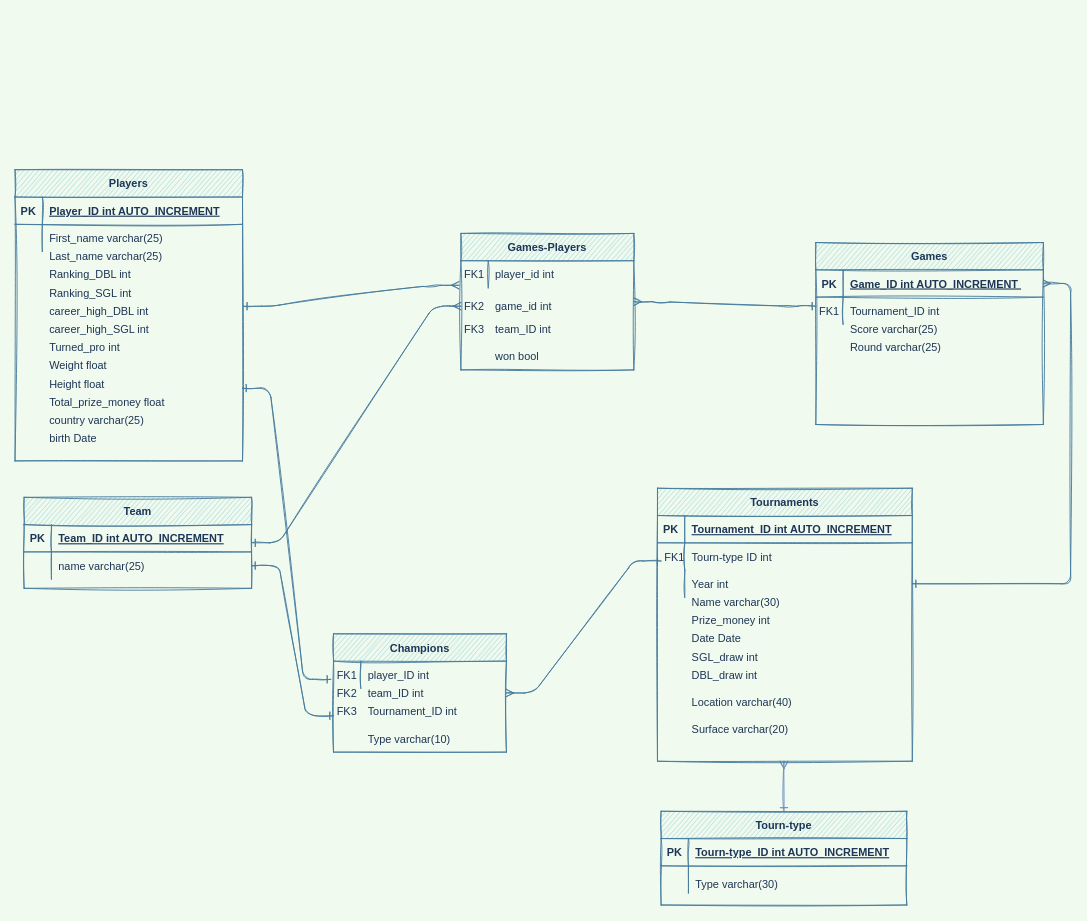
Before: erd.drawio in talbaram3192/web_scraping_project, a draw.io diagram. Source tidied: cells renumbered, new cells numbered last; positions are measured from the earlier drawing's top-left corner, leaving out a move shared by most shapes. Both pictures are drawn from the tidied source at 91%, with x=0, y=0 at pixel (15, 169).
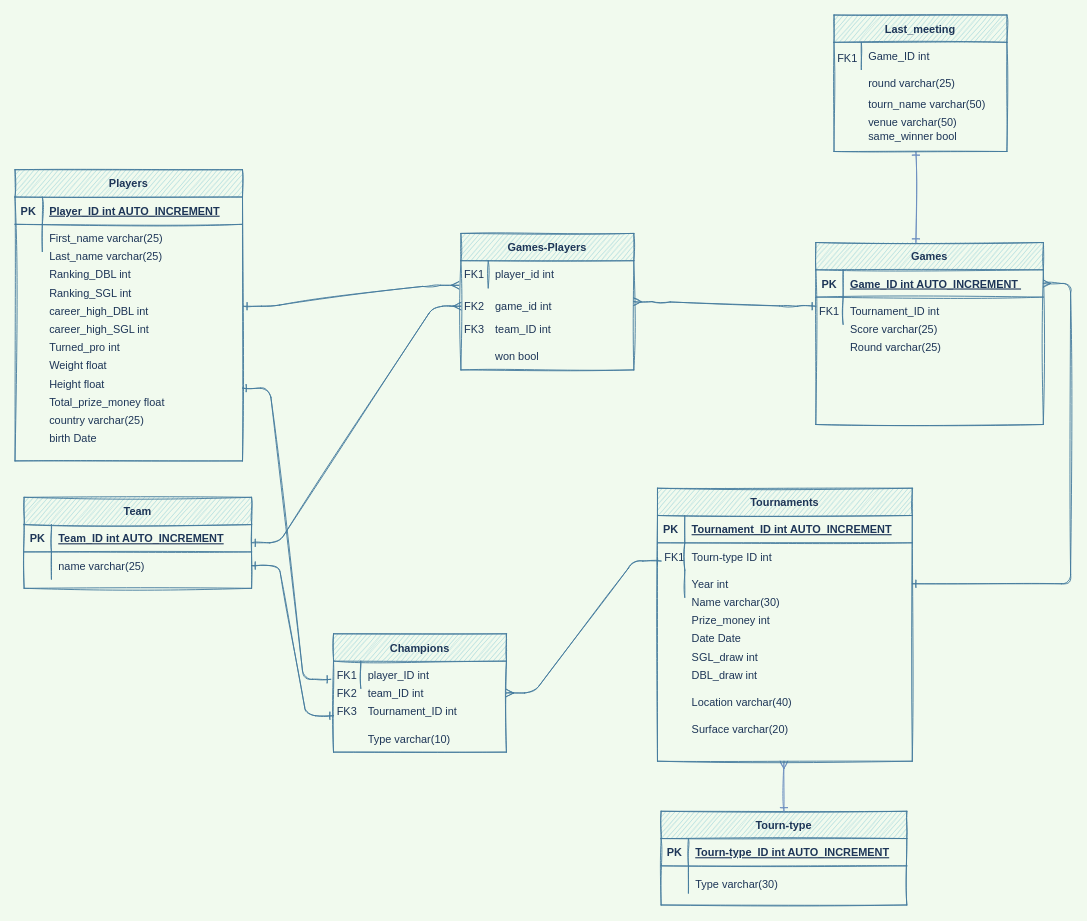
The same diagram, later.

Diff of the diagram source:
```diff
@@
+    <mxCell id="111" style="endArrow=ERone;html=1;exitX=0.5;exitY=0;exitDx=0;exitDy=0;startArrow=ERone;startFill=0;endFill=0;sketch=1;strokeColor=#6c8ebf;fillColor=#dae8fc;" parent="1" edge="1">
+      <mxGeometry relative="1" as="geometry">
+        <mxPoint x="990" y="80" as="sourcePoint" />
+        <mxPoint x="990" y="-20" as="targetPoint" />
+      </mxGeometry>
+    </mxCell>
+    <mxCell id="112" style="group;" parent="1" vertex="1">
+      <mxGeometry x="900" y="-170" width="190" height="150" as="geometry" />
+    </mxCell>
+    <mxCell id="113" style="group;" parent="112" vertex="1">
+      <mxGeometry width="190" height="150" as="geometry" />
+    </mxCell>
+    <mxCell id="114" value="Last_meeting" style="shape=table;startSize=30;childLayout=tableLayout;rowLines=0;fontStyle=1;align=center;sketch=1;fillColor=#A8DADC;strokeColor=#457B9D;fontColor=#1D3557;" parent="113" vertex="1">
+      <mxGeometry width="190" height="150" as="geometry" />
+    </mxCell>
+    <mxCell id="115" style="shape=partialRectangle;fillColor=none;top=0;left=0;right=0;bottom=0;sketch=1;strokeColor=#457B9D;fontColor=#1D3557;" parent="114" vertex="1">
+      <mxGeometry y="30" width="190" height="30" as="geometry" />
+    </mxCell>
+    <mxCell id="116" style="shape=partialRectangle;overflow=hidden;fillColor=none;top=0;left=0;bottom=0;right=0;sketch=1;strokeColor=#457B9D;fontColor=#1D3557;" parent="115" vertex="1">
+      <mxGeometry width="30" height="30" as="geometry" />
+    </mxCell>
+    <mxCell id="117" value="Game_ID int" style="shape=partialRectangle;overflow=hidden;fillColor=none;top=0;left=0;bottom=0;right=0;align=left;spacingLeft=6;sketch=1;strokeColor=#457B9D;fontColor=#1D3557;" parent="115" vertex="1">
+      <mxGeometry x="30" width="160" height="30" as="geometry" />
+    </mxCell>
+    <mxCell id="118" value="FK1" style="shape=partialRectangle;overflow=hidden;fillColor=none;top=0;left=0;bottom=0;right=0;sketch=1;strokeColor=#457B9D;fontColor=#1D3557;" parent="113" vertex="1">
+      <mxGeometry y="30" width="30" height="34.6" as="geometry" />
+    </mxCell>
+    <mxCell id="119" value="tourn_name varchar(50)" style="shape=partialRectangle;overflow=hidden;fillColor=none;top=0;left=0;bottom=0;right=0;align=left;spacingLeft=6;sketch=1;strokeColor=#457B9D;fontColor=#1D3557;" parent="113" vertex="1">
+      <mxGeometry x="30" y="80.8" width="160" height="34.6" as="geometry" />
+    </mxCell>
+    <mxCell id="120" value="venue varchar(50)" style="shape=partialRectangle;overflow=hidden;fillColor=none;top=0;left=0;bottom=0;right=0;align=left;spacingLeft=6;sketch=1;strokeColor=#457B9D;fontColor=#1D3557;" parent="113" vertex="1">
+      <mxGeometry x="30" y="100" width="160" height="34.6" as="geometry" />
+    </mxCell>
+    <mxCell id="121" value="round varchar(25)" style="shape=partialRectangle;overflow=hidden;fillColor=none;top=0;left=0;bottom=0;right=0;align=left;spacingLeft=6;sketch=1;strokeColor=#457B9D;fontColor=#1D3557;" parent="113" vertex="1">
+      <mxGeometry x="30" y="57.7" width="160" height="34.6" as="geometry" />
+    </mxCell>
+    <mxCell id="122" value="same_winner bool" style="shape=partialRectangle;overflow=hidden;fillColor=none;top=0;left=0;bottom=0;right=0;align=left;spacingLeft=6;sketch=1;strokeColor=#457B9D;fontColor=#1D3557;" parent="113" vertex="1">
+      <mxGeometry x="30" y="115.4" width="160" height="34.6" as="geometry" />
+    </mxCell>
```
